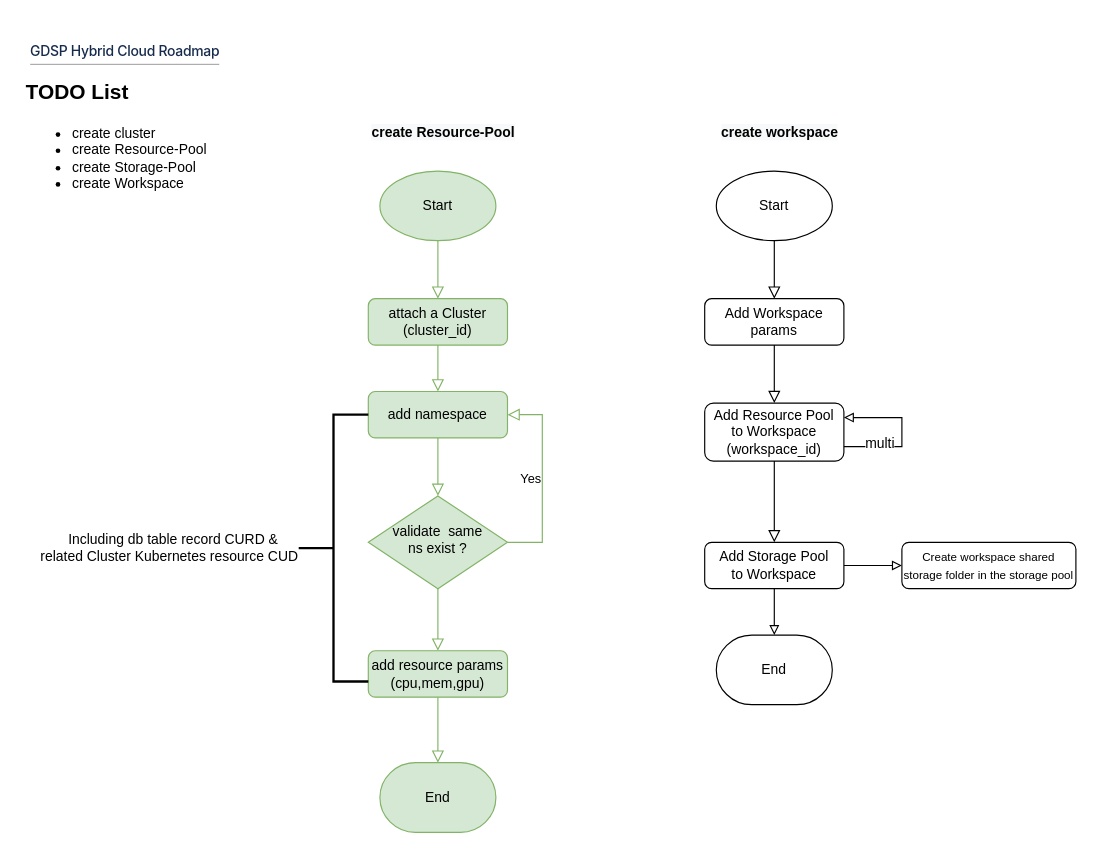
The draw.io diagram page "Page-2" (3 of 3) of Resource_Pool2.drawio in LiuJin1203/graph, before the edit. Source tidied: cells renumbered, new cells numbered last; positions are measured from the earlier drawing's top-left corner, leaving out a move shared by most shapes. Both pictures are drawn from the tidied source at 116%, with x=0, y=0 at pixel (20, 20).
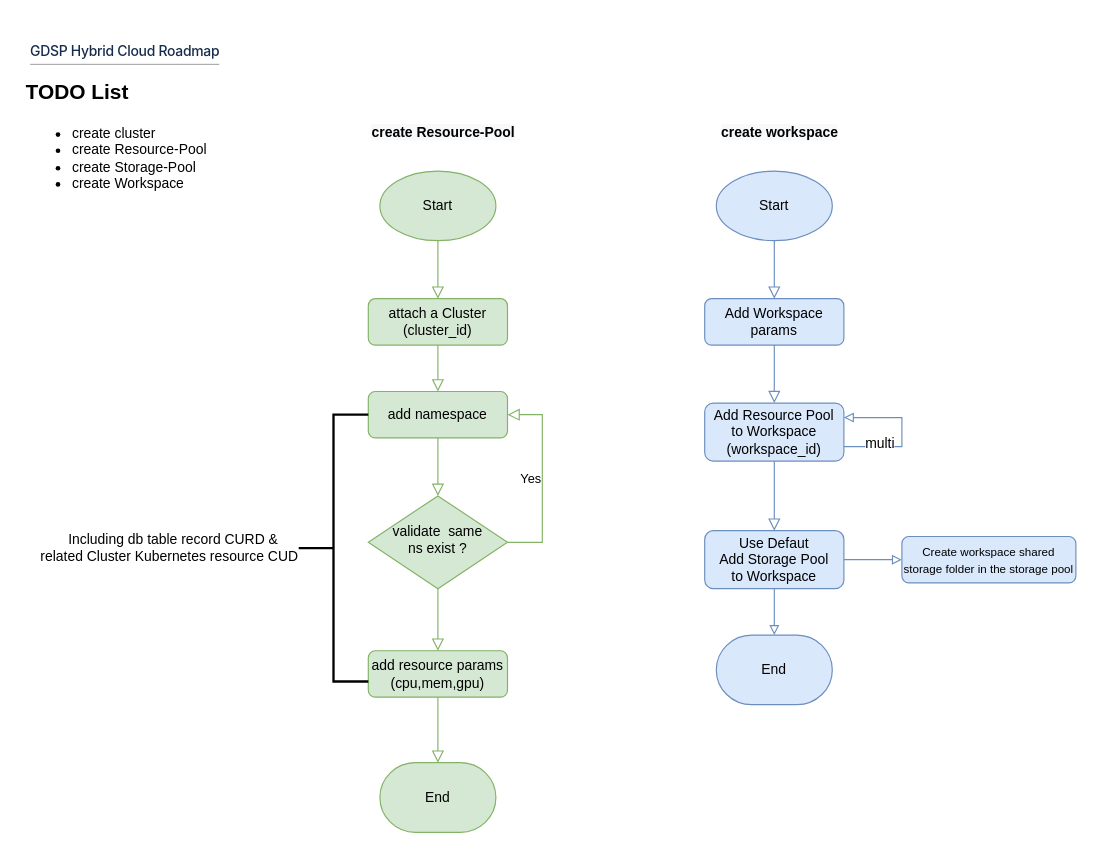
After the change.

What changed in the source:
```diff
@@
-    <mxCell id="14" style="rounded=0;html=1;jettySize=auto;fontSize=11;endArrow=block;endFill=0;endSize=8;strokeWidth=1;shadow=0;labelBackgroundColor=none;edgeStyle=orthogonalEdgeStyle;entryX=0.5;entryY=0;entryDx=0;entryDy=0;" parent="1" edge="1" source="15" target="21">
+    <mxCell id="14" style="rounded=0;html=1;jettySize=auto;fontSize=11;endArrow=block;endFill=0;endSize=8;strokeWidth=1;shadow=0;labelBackgroundColor=none;edgeStyle=orthogonalEdgeStyle;entryX=0.5;entryY=0;entryDx=0;entryDy=0;fillColor=#dae8fc;strokeColor=#6c8ebf;" parent="1" edge="1" source="15" target="21">
       <mxGeometry relative="1" as="geometry" />
     </mxCell>
-    <mxCell id="15" value="&lt;span style=&quot;font-family: Arial; background-color: rgb(255, 255, 255);&quot;&gt;&lt;font style=&quot;font-size: 12px;&quot;&gt;Add Workspace params&lt;/font&gt;&lt;/span&gt;" style="rounded=1;whiteSpace=wrap;html=1;fontSize=12;glass=0;strokeWidth=1;shadow=0;" parent="1" vertex="1">
+    <mxCell id="15" value="&lt;span style=&quot;font-family: Arial;&quot;&gt;&lt;font style=&quot;font-size: 12px;&quot;&gt;Add Workspace params&lt;/font&gt;&lt;/span&gt;" style="rounded=1;whiteSpace=wrap;html=1;fontSize=12;glass=0;strokeWidth=1;shadow=0;fillColor=#dae8fc;strokeColor=#6c8ebf;" parent="1" vertex="1">
       <mxGeometry x="590" y="240" width="120" height="40" as="geometry" />
     </mxCell>
-    <mxCell id="16" style="edgeStyle=none;rounded=0;jettySize=auto;html=1;exitX=0.5;exitY=1;exitDx=0;exitDy=0;entryX=0.5;entryY=0;entryDx=0;entryDy=0;entryPerimeter=0;fontSize=12;startArrow=none;startFill=0;endArrow=block;endFill=0;" parent="1" edge="1" source="18" target="24">
+    <mxCell id="16" style="edgeStyle=none;rounded=0;jettySize=auto;html=1;exitX=0.5;exitY=1;exitDx=0;exitDy=0;entryX=0.5;entryY=0;entryDx=0;entryDy=0;entryPerimeter=0;fontSize=12;startArrow=none;startFill=0;endArrow=block;endFill=0;fillColor=#dae8fc;strokeColor=#6c8ebf;" parent="1" edge="1" source="18" target="24">
       <mxGeometry relative="1" as="geometry" />
     </mxCell>
-    <mxCell id="17" style="edgeStyle=orthogonalEdgeStyle;rounded=0;jettySize=auto;html=1;exitX=1;exitY=0.5;exitDx=0;exitDy=0;entryX=0;entryY=0.5;entryDx=0;entryDy=0;fontSize=10;startArrow=none;startFill=0;endArrow=block;endFill=0;" parent="1" edge="1" source="18" target="29">
+    <mxCell id="17" style="edgeStyle=orthogonalEdgeStyle;rounded=0;jettySize=auto;html=1;exitX=1;exitY=0.5;exitDx=0;exitDy=0;entryX=0;entryY=0.5;entryDx=0;entryDy=0;fontSize=10;startArrow=none;startFill=0;endArrow=block;endFill=0;fillColor=#dae8fc;strokeColor=#6c8ebf;" parent="1" edge="1" source="18" target="29">
       <mxGeometry relative="1" as="geometry" />
     </mxCell>
-    <mxCell id="18" value="&lt;span style=&quot;font-family: Arial; background-color: rgb(255, 255, 255);&quot;&gt;&lt;font style=&quot;font-size: 12px;&quot;&gt;Add Storage Pool &lt;br&gt;to Workspace&lt;/font&gt;&lt;/span&gt;" style="rounded=1;whiteSpace=wrap;html=1;fontSize=12;glass=0;strokeWidth=1;shadow=0;" parent="1" vertex="1">
-      <mxGeometry x="590" y="450" width="120" height="40" as="geometry" />
+    <mxCell id="18" value="&lt;span style=&quot;font-family: Arial;&quot;&gt;&lt;font style=&quot;font-size: 12px;&quot;&gt;Use Defaut&lt;br&gt;Add Storage Pool &lt;br&gt;to Workspace&lt;/font&gt;&lt;/span&gt;" style="rounded=1;whiteSpace=wrap;html=1;fontSize=12;glass=0;strokeWidth=1;shadow=0;fillColor=#dae8fc;strokeColor=#6c8ebf;" parent="1" vertex="1">
+      <mxGeometry x="590" y="440" width="120" height="50" as="geometry" />
     </mxCell>
@@
-    <mxCell id="20" style="rounded=0;html=1;jettySize=auto;fontSize=11;endArrow=block;endFill=0;endSize=8;strokeWidth=1;shadow=0;labelBackgroundColor=none;edgeStyle=orthogonalEdgeStyle;exitX=0.5;exitY=1;exitDx=0;exitDy=0;entryX=0.5;entryY=0;entryDx=0;entryDy=0;exitPerimeter=0;" parent="1" edge="1" source="23" target="15">
+    <mxCell id="20" style="rounded=0;html=1;jettySize=auto;fontSize=11;endArrow=block;endFill=0;endSize=8;strokeWidth=1;shadow=0;labelBackgroundColor=none;edgeStyle=orthogonalEdgeStyle;exitX=0.5;exitY=1;exitDx=0;exitDy=0;entryX=0.5;entryY=0;entryDx=0;entryDy=0;exitPerimeter=0;fillColor=#dae8fc;strokeColor=#6c8ebf;" parent="1" edge="1" source="23" target="15">
       <mxGeometry relative="1" as="geometry" />
     </mxCell>
-    <mxCell id="21" value="&lt;span style=&quot;font-family: Arial; background-color: rgb(255, 255, 255);&quot;&gt;&lt;font style=&quot;font-size: 12px;&quot;&gt;Add Resource Pool &lt;br&gt;to Workspace&lt;br&gt;(workspace_id)&lt;br&gt;&lt;/font&gt;&lt;/span&gt;" style="rounded=1;whiteSpace=wrap;html=1;fontSize=12;glass=0;strokeWidth=1;shadow=0;" parent="1" vertex="1">
+    <mxCell id="21" value="&lt;span style=&quot;font-family: Arial;&quot;&gt;&lt;font style=&quot;font-size: 12px;&quot;&gt;Add Resource Pool &lt;br&gt;to Workspace&lt;br&gt;(workspace_id)&lt;br&gt;&lt;/font&gt;&lt;/span&gt;" style="rounded=1;whiteSpace=wrap;html=1;fontSize=12;glass=0;strokeWidth=1;shadow=0;fillColor=#dae8fc;strokeColor=#6c8ebf;" parent="1" vertex="1">
       <mxGeometry x="590" y="330" width="120" height="50" as="geometry" />
     </mxCell>
-    <mxCell id="22" style="rounded=0;html=1;jettySize=auto;fontSize=11;endArrow=block;endFill=0;endSize=8;strokeWidth=1;shadow=0;labelBackgroundColor=none;edgeStyle=orthogonalEdgeStyle;entryX=0.5;entryY=0;entryDx=0;entryDy=0;exitX=0.5;exitY=1;exitDx=0;exitDy=0;" parent="1" edge="1" source="21" target="18">
+    <mxCell id="22" style="rounded=0;html=1;jettySize=auto;fontSize=11;endArrow=block;endFill=0;endSize=8;strokeWidth=1;shadow=0;labelBackgroundColor=none;edgeStyle=orthogonalEdgeStyle;entryX=0.5;entryY=0;entryDx=0;entryDy=0;exitX=0.5;exitY=1;exitDx=0;exitDy=0;fillColor=#dae8fc;strokeColor=#6c8ebf;" parent="1" edge="1" source="21" target="18">
       <mxGeometry relative="1" as="geometry" />
     </mxCell>
-    <mxCell id="23" value="Start" style="strokeWidth=1;html=1;shape=mxgraph.flowchart.start_1;whiteSpace=wrap;fontSize=12;" parent="1" vertex="1">
+    <mxCell id="23" value="Start" style="strokeWidth=1;html=1;shape=mxgraph.flowchart.start_1;whiteSpace=wrap;fontSize=12;fillColor=#dae8fc;strokeColor=#6c8ebf;" parent="1" vertex="1">
       <mxGeometry x="600" y="130" width="100" height="60" as="geometry" />
     </mxCell>
-    <mxCell id="24" value="End" style="strokeWidth=1;html=1;shape=mxgraph.flowchart.terminator;whiteSpace=wrap;fontSize=12;" parent="1" vertex="1">
+    <mxCell id="24" value="End" style="strokeWidth=1;html=1;shape=mxgraph.flowchart.terminator;whiteSpace=wrap;fontSize=12;fillColor=#dae8fc;strokeColor=#6c8ebf;" parent="1" vertex="1">
       <mxGeometry x="600" y="530" width="100" height="60" as="geometry" />
     </mxCell>
@@
-    <mxCell id="27" style="rounded=0;orthogonalLoop=1;jettySize=auto;html=1;fontSize=12;startArrow=none;startFill=0;endArrow=block;endFill=0;edgeStyle=elbowEdgeStyle;exitX=1;exitY=0.75;exitDx=0;exitDy=0;entryX=1;entryY=0.25;entryDx=0;entryDy=0;" parent="1" edge="1" source="21" target="21">
+    <mxCell id="27" style="rounded=0;orthogonalLoop=1;jettySize=auto;html=1;fontSize=12;startArrow=none;startFill=0;endArrow=block;endFill=0;edgeStyle=elbowEdgeStyle;fillColor=#dae8fc;strokeColor=#6c8ebf;exitX=1;exitY=0.75;exitDx=0;exitDy=0;entryX=1;entryY=0.25;entryDx=0;entryDy=0;" parent="1" edge="1" source="21" target="21">
       <mxGeometry relative="1" as="geometry">
         <Array as="points">
-          <mxPoint x="760" y="340" />
-          <mxPoint x="1035" y="290" />
+          <mxPoint x="760" y="360" />
+          <mxPoint x="1262" y="263" />
         </Array>
       </mxGeometry>
     </mxCell>
@@
-    <mxCell id="29" value="&lt;span style=&quot;font-family: Arial; background-color: rgb(255, 255, 255);&quot;&gt;&lt;font style=&quot;font-size: 10px;&quot;&gt;Create workspace shared storage folder in the storage pool&lt;/font&gt;&lt;/span&gt;" style="rounded=1;whiteSpace=wrap;html=1;fontSize=12;glass=0;strokeWidth=1;shadow=0;" parent="1" vertex="1">
-      <mxGeometry x="760" y="450" width="150" height="40" as="geometry" />
+    <mxCell id="29" value="&lt;span style=&quot;font-family: Arial;&quot;&gt;&lt;font style=&quot;font-size: 10px;&quot;&gt;Create workspace shared storage folder in the storage pool&lt;/font&gt;&lt;/span&gt;" style="rounded=1;whiteSpace=wrap;html=1;fontSize=12;glass=0;strokeWidth=1;shadow=0;fillColor=#dae8fc;strokeColor=#6c8ebf;" parent="1" vertex="1">
+      <mxGeometry x="760" y="445" width="150" height="40" as="geometry" />
     </mxCell>
```
